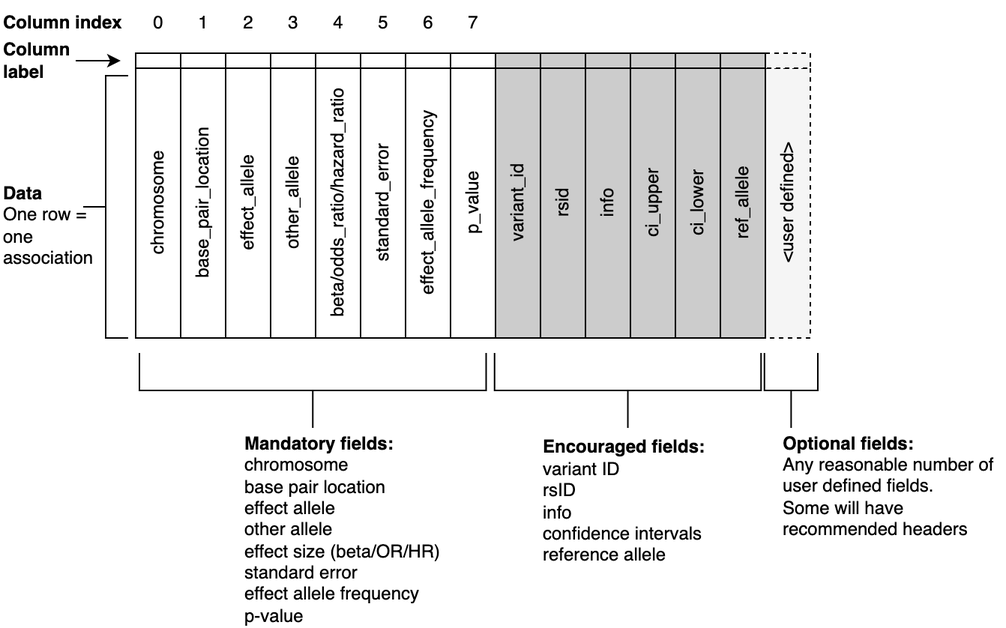
EBISPOT/gwas-summary-statistics-standard keeps this draw.io diagram as images/schematic.png. Above is the earlier version. Source tidied: cells renumbered, new cells last; positions are measured from the earlier drawing's top-left corner, leaving out a move shared by most shapes.
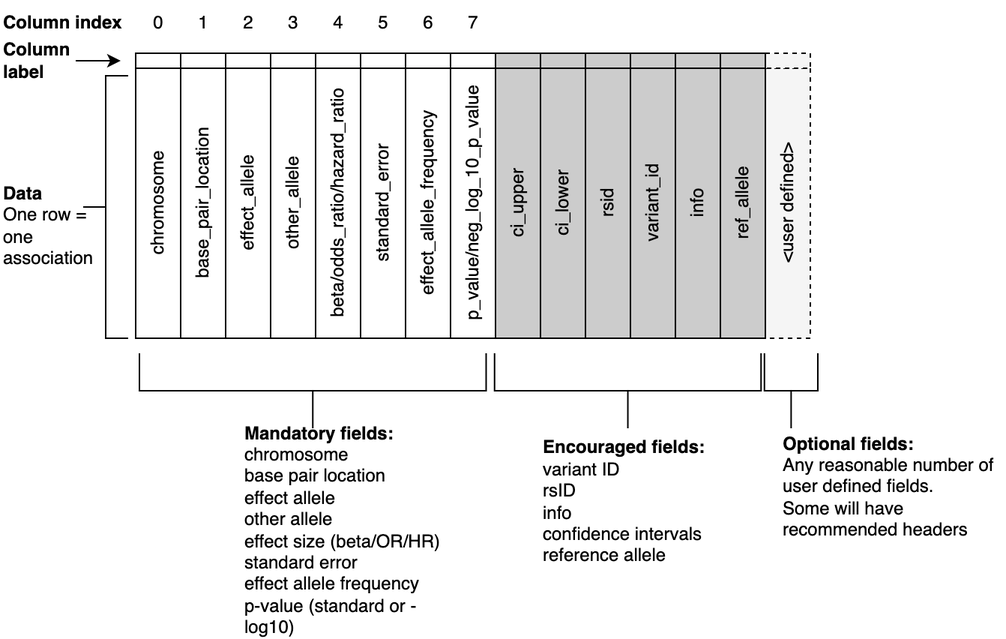
After the change.

Change to the diagram source:
```diff
@@ -41,7 +41,7 @@
     <mxCell id="14" value="effect_allele_frequency" style="rounded=0;whiteSpace=wrap;html=1;horizontal=0;fontColor=#000000;strokeColor=#000000;" parent="1" vertex="1">
       <mxGeometry x="270" y="45" width="30" height="180" as="geometry" />
     </mxCell>
-    <mxCell id="15" value="p_value" style="rounded=0;whiteSpace=wrap;html=1;horizontal=0;fontColor=#000000;strokeColor=#000000;" parent="1" vertex="1">
+    <mxCell id="15" value="p_value/neg_log_10_p_value" style="rounded=0;whiteSpace=wrap;html=1;horizontal=0;fontColor=#000000;strokeColor=#000000;" parent="1" vertex="1">
       <mxGeometry x="300" y="45" width="30" height="180" as="geometry" />
     </mxCell>
     <mxCell id="16" style="rounded=0;whiteSpace=wrap;html=1;fontColor=#000000;strokeColor=#000000;" parent="1" vertex="1">
@@ -51,31 +51,31 @@
       <mxGeometry x="300" y="35" width="30" height="10" as="geometry" />
     </mxCell>
     <mxCell id="18" value="variant_id" style="rounded=0;whiteSpace=wrap;html=1;horizontal=0;fillColor=#CCCCCC;fontColor=#000000;strokeColor=#000000;" parent="1" vertex="1">
-      <mxGeometry x="330" y="45" width="30" height="180" as="geometry" />
+      <mxGeometry x="420" y="45" width="30" height="180" as="geometry" />
     </mxCell>
     <mxCell id="19" style="rounded=0;whiteSpace=wrap;html=1;fillColor=#CCCCCC;fontColor=#000000;strokeColor=#000000;" parent="1" vertex="1">
       <mxGeometry x="330" y="35" width="30" height="10" as="geometry" />
     </mxCell>
     <mxCell id="20" value="rsid" style="rounded=0;whiteSpace=wrap;html=1;horizontal=0;strokeColor=#000000;fontColor=#000000;fillColor=#CCCCCC;" parent="1" vertex="1">
-      <mxGeometry x="360" y="45" width="30" height="180" as="geometry" />
+      <mxGeometry x="390" y="45" width="30" height="180" as="geometry" />
     </mxCell>
     <mxCell id="21" style="rounded=0;whiteSpace=wrap;html=1;strokeColor=#000000;fontColor=#000000;fillColor=#CCCCCC;" parent="1" vertex="1">
       <mxGeometry x="360" y="35" width="30" height="10" as="geometry" />
     </mxCell>
     <mxCell id="22" value="info" style="rounded=0;whiteSpace=wrap;html=1;horizontal=0;strokeColor=#000000;fontColor=#000000;fillColor=#CCCCCC;" parent="1" vertex="1">
-      <mxGeometry x="390" y="45" width="30" height="180" as="geometry" />
+      <mxGeometry x="450" y="45" width="30" height="180" as="geometry" />
     </mxCell>
     <mxCell id="23" style="rounded=0;whiteSpace=wrap;html=1;strokeColor=#000000;fontColor=#000000;fillColor=#CCCCCC;" parent="1" vertex="1">
       <mxGeometry x="390" y="35" width="30" height="10" as="geometry" />
     </mxCell>
     <mxCell id="24" value="ci_upper" style="rounded=0;whiteSpace=wrap;html=1;horizontal=0;strokeColor=#000000;fontColor=#000000;fillColor=#CCCCCC;" parent="1" vertex="1">
-      <mxGeometry x="420" y="45" width="30" height="180" as="geometry" />
+      <mxGeometry x="330" y="45" width="30" height="180" as="geometry" />
     </mxCell>
     <mxCell id="25" style="rounded=0;whiteSpace=wrap;html=1;strokeColor=#000000;fontColor=#000000;fillColor=#CCCCCC;" parent="1" vertex="1">
       <mxGeometry x="420" y="35" width="30" height="10" as="geometry" />
     </mxCell>
     <mxCell id="26" value="ci_lower" style="rounded=0;whiteSpace=wrap;html=1;horizontal=0;strokeColor=#000000;fontColor=#000000;fillColor=#CCCCCC;" parent="1" vertex="1">
-      <mxGeometry x="450" y="45" width="30" height="180" as="geometry" />
+      <mxGeometry x="360" y="45" width="30" height="180" as="geometry" />
     </mxCell>
     <mxCell id="27" style="rounded=0;whiteSpace=wrap;html=1;strokeColor=#000000;fontColor=#000000;fillColor=#CCCCCC;" parent="1" vertex="1">
       <mxGeometry x="450" y="35" width="30" height="10" as="geometry" />
@@ -95,7 +95,7 @@
     <mxCell id="32" style="strokeWidth=1;html=1;shape=mxgraph.flowchart.annotation_2;align=left;labelPosition=right;rotation=-90;" parent="1" vertex="1">
       <mxGeometry x="502.2" y="242.2" width="50" height="35.6" as="geometry" />
     </mxCell>
-    <mxCell id="33" value="&lt;b&gt;Mandatory fields:&lt;br&gt;&lt;/b&gt;chromosome&lt;br&gt;base pair location&lt;br&gt;effect allele&lt;br&gt;other allele&lt;br&gt;effect size (beta/OR/HR)&lt;br&gt;standard error&lt;br&gt;effect allele frequency&lt;br&gt;p-value" style="text;html=1;strokeColor=none;fillColor=none;align=left;verticalAlign=middle;whiteSpace=wrap;rounded=0;" parent="1" vertex="1">
+    <mxCell id="33" value="&lt;b&gt;Mandatory fields:&lt;br&gt;&lt;/b&gt;chromosome&lt;br&gt;base pair location&lt;br&gt;effect allele&lt;br&gt;other allele&lt;br&gt;effect size (beta/OR/HR)&lt;br&gt;standard error&lt;br&gt;effect allele frequency&lt;br&gt;p-value (standard or -log10)" style="text;html=1;strokeColor=none;fillColor=none;align=left;verticalAlign=middle;whiteSpace=wrap;rounded=0;" parent="1" vertex="1">
       <mxGeometry x="161" y="337.6" width="150" height="30" as="geometry" />
     </mxCell>
     <mxCell id="34" value="&lt;b&gt;Encouraged fields:&lt;br&gt;&lt;/b&gt;variant ID&lt;br&gt;rsID&lt;br&gt;info&lt;br&gt;confidence intervals&lt;br&gt;reference allele" style="text;html=1;strokeColor=none;fillColor=none;align=left;verticalAlign=middle;whiteSpace=wrap;rounded=0;" parent="1" vertex="1">
```
